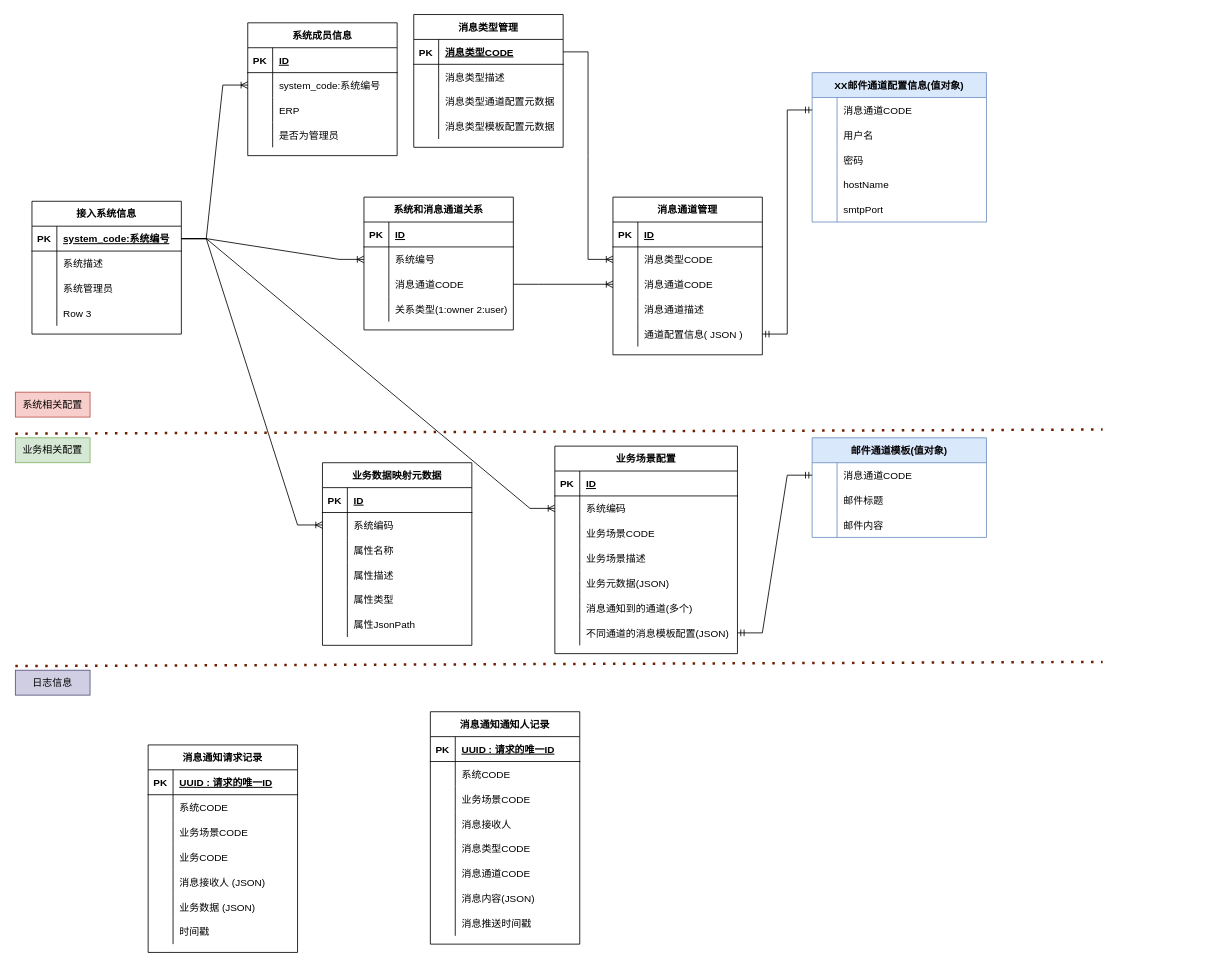
Before: page "数据ER" (2 of 5) of 聚合消息通知平台.drawio in shixw/drawio-depository, a draw.io diagram. Source tidied: cells renumbered, new cells numbered last; positions are measured from the earlier drawing's top-left corner, leaving out a move shared by most shapes. Both pictures are drawn from the tidied source at 83%, with x=0, y=0 at pixel (15, 14).
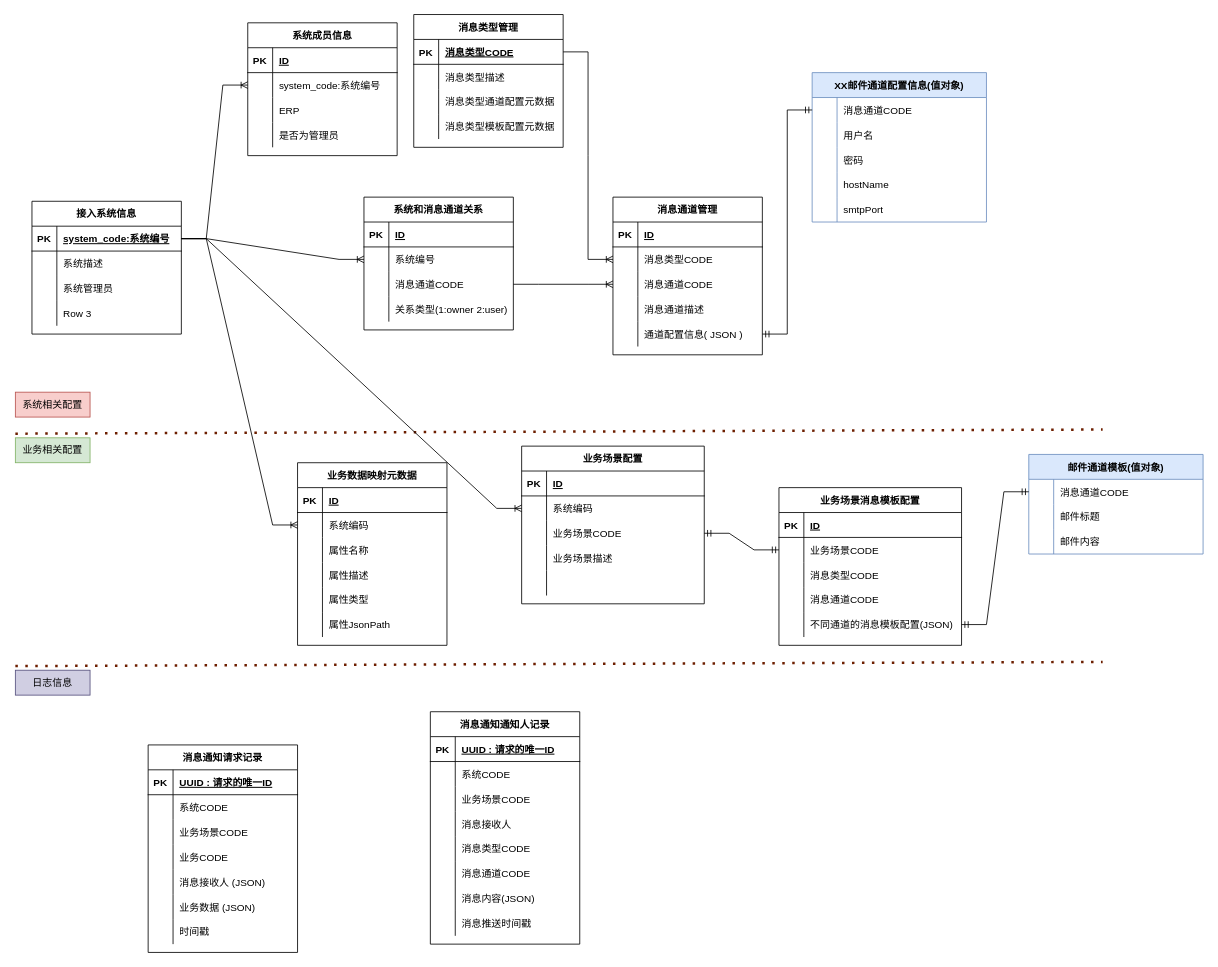
Above is the later version.

Commit message:
更新聚合消息通知平台.drawio

Unchanged cells that the change refers to:
```xml
<mxCell id="87" style="shape=tableRow;horizontal=0;startSize=0;swimlaneHead=0;swimlaneBody=0;fillColor=none;points=[[0,0.5],[1,0.5]];portConstraint=eastwest;top=0;left=0;right=0;bottom=0;" parent="80" vertex="1">
  <mxGeometry y="90" width="220" height="30" as="geometry" />
</mxCell>
<mxCell id="124" style="shape=tableRow;horizontal=0;startSize=0;swimlaneHead=0;swimlaneBody=0;fillColor=none;points=[[0,0.5],[1,0.5]];portConstraint=eastwest;top=0;left=0;right=0;bottom=0;" parent="123" vertex="1">
  <mxGeometry y="30" width="210" height="30" as="geometry" />
</mxCell>
```

Change to the diagram source:
```diff
@@
     <mxCell id="80" value="业务场景配置" style="shape=table;startSize=30;childLayout=tableLayout;rowLines=0;fontStyle=1;align=center;" parent="1" vertex="1">
-      <mxGeometry x="650" y="520" width="220" height="250" as="geometry" />
+      <mxGeometry x="610" y="520" width="220" height="190" as="geometry" />
     </mxCell>
@@
-    <mxCell id="93" style="shape=tableRow;horizontal=0;startSize=0;swimlaneHead=0;swimlaneBody=0;fillColor=none;points=[[0,0.5],[1,0.5]];portConstraint=eastwest;top=0;left=0;right=0;bottom=0;" parent="80" vertex="1">
-      <mxGeometry y="150" width="220" height="30" as="geometry" />
-    </mxCell>
-    <mxCell id="94" style="shape=partialRectangle;fillColor=none;top=0;left=0;bottom=0;right=0;overflow=hidden;" parent="93" vertex="1">
-      <mxGeometry width="30" height="30" as="geometry" />
-    </mxCell>
-    <mxCell id="95" value="业务元数据(JSON)" style="shape=partialRectangle;fillColor=none;top=0;left=0;bottom=0;right=0;align=left;spacingLeft=6;overflow=hidden;" parent="93" vertex="1">
-      <mxGeometry x="30" width="190" height="30" as="geometry" />
-    </mxCell>
-    <mxCell id="96" style="shape=tableRow;horizontal=0;startSize=0;swimlaneHead=0;swimlaneBody=0;fillColor=none;top=0;left=0;right=0;bottom=0;" parent="80" vertex="1">
-      <mxGeometry y="180" width="220" height="30" as="geometry" />
-    </mxCell>
-    <mxCell id="97" style="shape=partialRectangle;fillColor=none;top=0;left=0;bottom=0;right=0;overflow=hidden;" parent="96" vertex="1">
-      <mxGeometry width="30" height="30" as="geometry" />
-    </mxCell>
-    <mxCell id="98" value="消息通知到的通道(多个)" style="shape=partialRectangle;fillColor=none;top=0;left=0;bottom=0;right=0;align=left;spacingLeft=6;overflow=hidden;" parent="96" vertex="1">
-      <mxGeometry x="30" width="190" height="30" as="geometry" />
-    </mxCell>
     <mxCell id="99" style="shape=tableRow;horizontal=0;startSize=0;swimlaneHead=0;swimlaneBody=0;fillColor=none;points=[[0,0.5],[1,0.5]];portConstraint=eastwest;top=0;left=0;right=0;bottom=0;" parent="80" vertex="1">
-      <mxGeometry y="210" width="220" height="30" as="geometry" />
+      <mxGeometry y="150" width="220" height="30" as="geometry" />
     </mxCell>
@@
-    <mxCell id="101" value="不同通道的消息模板配置(JSON)" style="shape=partialRectangle;fillColor=none;top=0;left=0;bottom=0;right=0;align=left;spacingLeft=6;overflow=hidden;" parent="99" vertex="1">
+    <mxCell id="101" style="shape=partialRectangle;fillColor=none;top=0;left=0;bottom=0;right=0;align=left;spacingLeft=6;overflow=hidden;" parent="99" vertex="1">
       <mxGeometry x="30" width="190" height="30" as="geometry" />
     </mxCell>
@@
     <mxCell id="103" value="业务数据映射元数据" style="shape=table;startSize=30;childLayout=tableLayout;rowLines=0;fontStyle=1;align=center;" parent="1" vertex="1">
-      <mxGeometry x="370" y="540" width="180" height="220" as="geometry" />
+      <mxGeometry x="340" y="540" width="180" height="220" as="geometry" />
     </mxCell>
@@
     <mxCell id="123" value="邮件通道模板(值对象)" style="shape=table;startSize=30;childLayout=tableLayout;rowLines=0;fontStyle=1;align=center;fillColor=#dae8fc;strokeColor=#6c8ebf;" parent="1" vertex="1">
-      <mxGeometry x="960" y="510" width="210" height="120" as="geometry" />
+      <mxGeometry x="1221" y="530" width="210" height="120" as="geometry" />
     </mxCell>
@@
-    <mxCell id="133" style="edgeStyle=entityRelationEdgeStyle;fontSize=12;html=1;endArrow=ERmandOne;startArrow=ERmandOne;rounded=0;strokeWidth=1;exitX=1;exitY=0.5;exitDx=0;exitDy=0;" parent="1" edge="1" source="99" target="124">
+    <mxCell id="133" style="edgeStyle=entityRelationEdgeStyle;fontSize=12;html=1;endArrow=ERmandOne;startArrow=ERmandOne;rounded=0;strokeWidth=1;entryX=0;entryY=0.5;entryDx=0;entryDy=0;" parent="1" edge="1" source="87" target="201">
       <mxGeometry relative="1" as="geometry" />
     </mxCell>
@@
+    <mxCell id="197" value="业务场景消息模板配置" style="shape=table;startSize=30;childLayout=tableLayout;rowLines=0;fontStyle=1;align=center;" parent="1" vertex="1">
+      <mxGeometry x="920" y="570" width="220" height="190" as="geometry" />
+    </mxCell>
+    <mxCell id="198" style="shape=tableRow;horizontal=0;startSize=0;swimlaneHead=0;swimlaneBody=0;fillColor=none;top=0;left=0;right=0;bottom=1;" parent="197" vertex="1">
+      <mxGeometry y="30" width="220" height="30" as="geometry" />
+    </mxCell>
+    <mxCell id="199" value="PK" style="shape=partialRectangle;fillColor=none;top=0;left=0;bottom=0;right=0;fontStyle=1;overflow=hidden;" parent="198" vertex="1">
+      <mxGeometry width="30" height="30" as="geometry" />
+    </mxCell>
+    <mxCell id="200" value="ID" style="shape=partialRectangle;fillColor=none;top=0;left=0;bottom=0;right=0;align=left;spacingLeft=6;fontStyle=5;overflow=hidden;" parent="198" vertex="1">
+      <mxGeometry x="30" width="190" height="30" as="geometry" />
+    </mxCell>
+    <mxCell id="201" style="shape=tableRow;horizontal=0;startSize=0;swimlaneHead=0;swimlaneBody=0;fillColor=none;points=[[0,0.5],[1,0.5]];portConstraint=eastwest;top=0;left=0;right=0;bottom=0;" parent="197" vertex="1">
+      <mxGeometry y="60" width="220" height="30" as="geometry" />
+    </mxCell>
+    <mxCell id="202" style="shape=partialRectangle;fillColor=none;top=0;left=0;bottom=0;right=0;overflow=hidden;" parent="201" vertex="1">
+      <mxGeometry width="30" height="30" as="geometry" />
+    </mxCell>
+    <mxCell id="203" value="业务场景CODE" style="shape=partialRectangle;fillColor=none;top=0;left=0;bottom=0;right=0;align=left;spacingLeft=6;overflow=hidden;" parent="201" vertex="1">
+      <mxGeometry x="30" width="190" height="30" as="geometry" />
+    </mxCell>
+    <mxCell id="204" style="shape=tableRow;horizontal=0;startSize=0;swimlaneHead=0;swimlaneBody=0;fillColor=none;top=0;left=0;right=0;bottom=0;" parent="197" vertex="1">
+      <mxGeometry y="90" width="220" height="30" as="geometry" />
+    </mxCell>
+    <mxCell id="205" style="shape=partialRectangle;fillColor=none;top=0;left=0;bottom=0;right=0;overflow=hidden;" parent="204" vertex="1">
+      <mxGeometry width="30" height="30" as="geometry" />
+    </mxCell>
+    <mxCell id="206" value="消息类型CODE" style="shape=partialRectangle;fillColor=none;top=0;left=0;bottom=0;right=0;align=left;spacingLeft=6;overflow=hidden;" parent="204" vertex="1">
+      <mxGeometry x="30" width="190" height="30" as="geometry" />
+    </mxCell>
+    <mxCell id="207" style="shape=tableRow;horizontal=0;startSize=0;swimlaneHead=0;swimlaneBody=0;fillColor=none;top=0;left=0;right=0;bottom=0;" parent="197" vertex="1">
+      <mxGeometry y="120" width="220" height="30" as="geometry" />
+    </mxCell>
+    <mxCell id="208" style="shape=partialRectangle;fillColor=none;top=0;left=0;bottom=0;right=0;overflow=hidden;" parent="207" vertex="1">
+      <mxGeometry width="30" height="30" as="geometry" />
+    </mxCell>
+    <mxCell id="209" value="消息通道CODE" style="shape=partialRectangle;fillColor=none;top=0;left=0;bottom=0;right=0;align=left;spacingLeft=6;overflow=hidden;" parent="207" vertex="1">
+      <mxGeometry x="30" width="190" height="30" as="geometry" />
+    </mxCell>
+    <mxCell id="93" style="shape=tableRow;horizontal=0;startSize=0;swimlaneHead=0;swimlaneBody=0;fillColor=none;points=[[0,0.5],[1,0.5]];portConstraint=eastwest;top=0;left=0;right=0;bottom=0;" parent="197" vertex="1">
+      <mxGeometry y="150" width="220" height="30" as="geometry" />
+    </mxCell>
+    <mxCell id="210" style="shape=partialRectangle;fillColor=none;top=0;left=0;bottom=0;right=0;overflow=hidden;" parent="93" vertex="1">
+      <mxGeometry width="30" height="30" as="geometry" />
+    </mxCell>
+    <mxCell id="211" value="不同通道的消息模板配置(JSON)" style="shape=partialRectangle;fillColor=none;top=0;left=0;bottom=0;right=0;align=left;spacingLeft=6;overflow=hidden;" parent="93" vertex="1">
+      <mxGeometry x="30" width="190" height="30" as="geometry" />
+    </mxCell>
+    <mxCell id="212" style="edgeStyle=entityRelationEdgeStyle;fontSize=12;html=1;endArrow=ERmandOne;startArrow=ERmandOne;rounded=0;strokeWidth=1;entryX=0;entryY=0.5;entryDx=0;entryDy=0;exitX=1;exitY=0.5;exitDx=0;exitDy=0;" parent="1" edge="1" source="93" target="124">
+      <mxGeometry relative="1" as="geometry" />
+    </mxCell>
```
